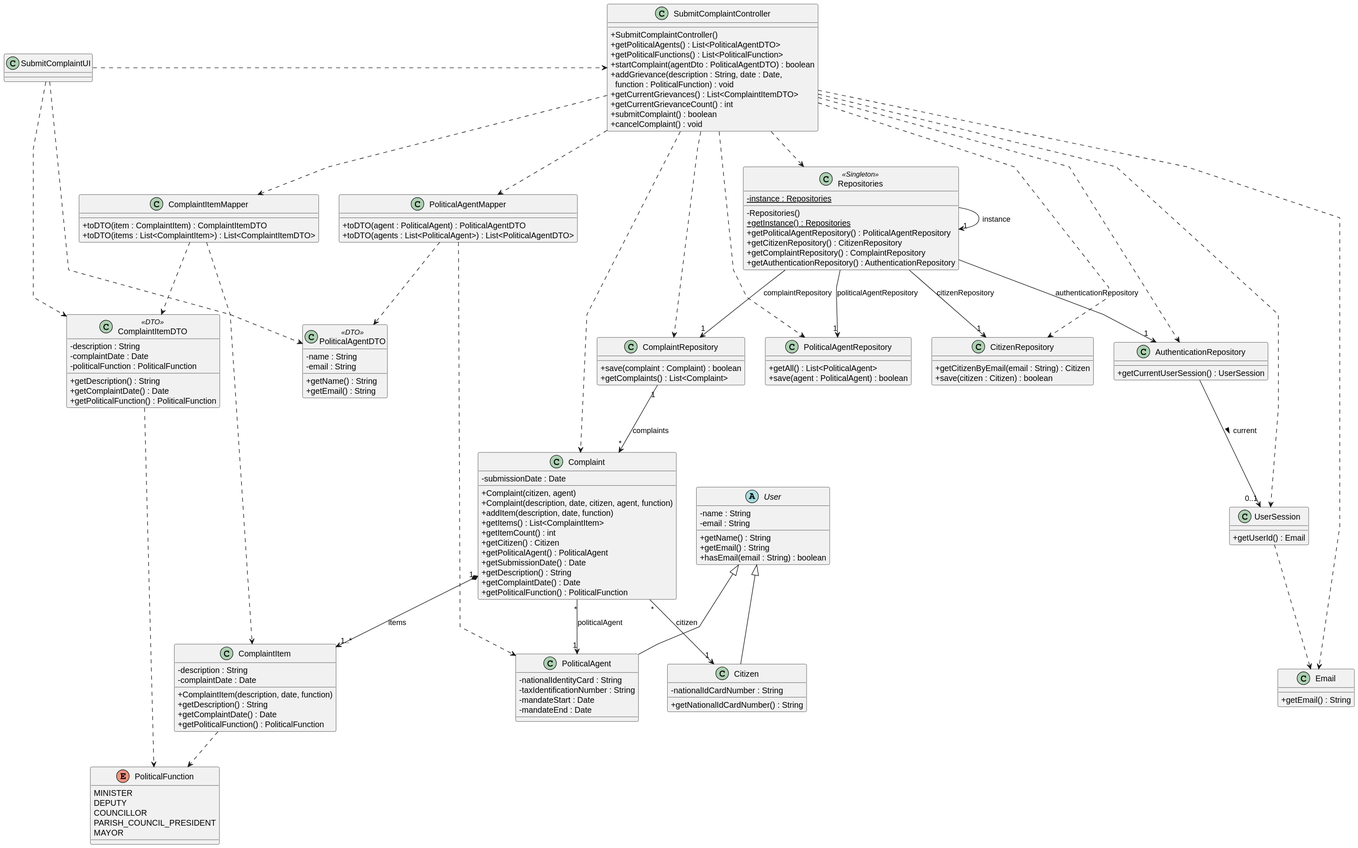
brunodspinto/crystal-clear-platform keeps this PlantUML diagram as docs/system-documentation/US12/03.design/svg/US12-CD.svg. Above is the earlier version. Its source is kept beside it as docs/system-documentation/US12/03.design/puml/US12-CD.puml.
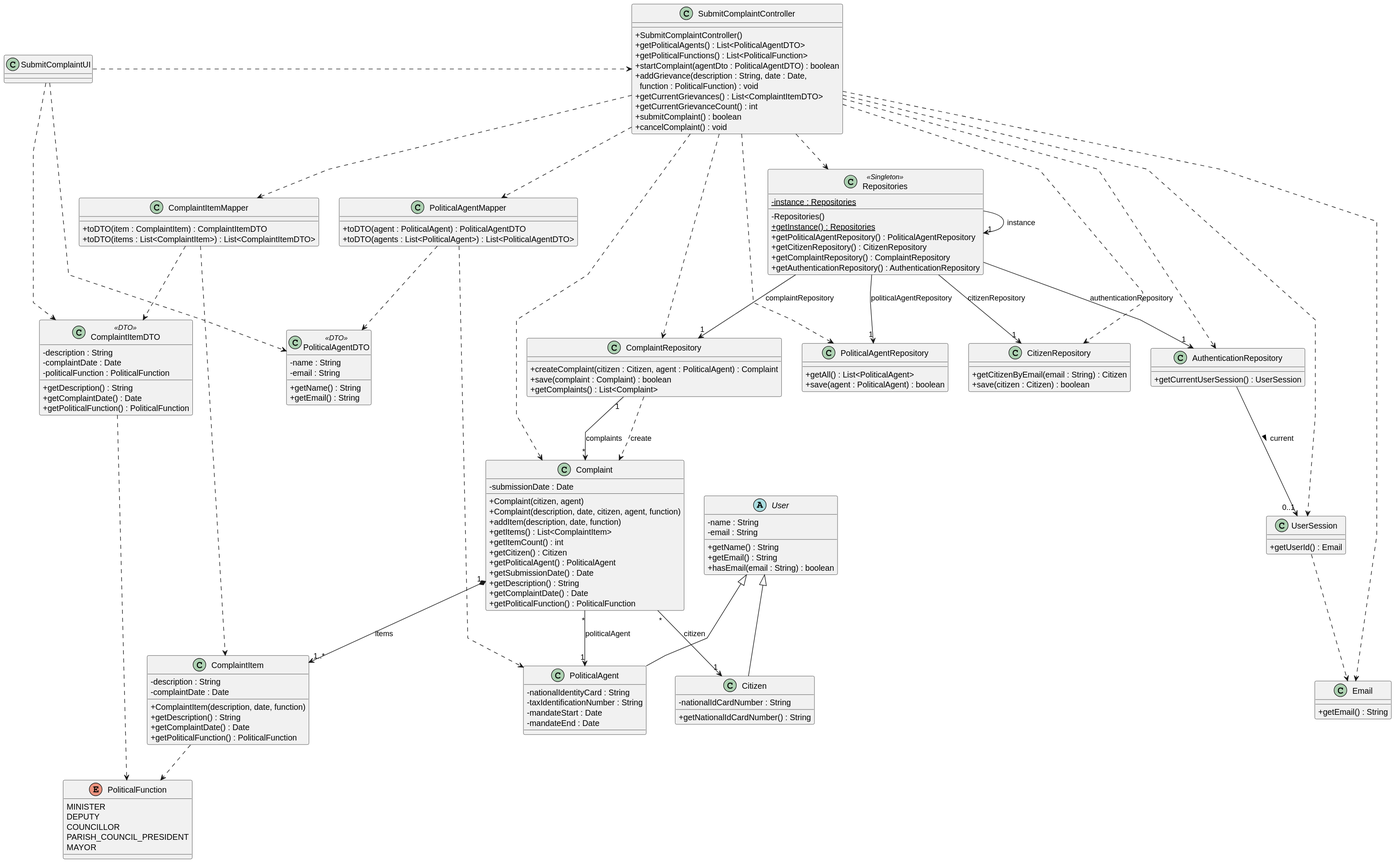
The same file after the commit.

Diff of the diagram source:
```diff
@@ -78,6 +78,7 @@
 }
 
 class ComplaintRepository {
+    + createComplaint(citizen : Citizen, agent : PoliticalAgent) : Complaint
     + save(complaint : Complaint) : boolean
     + getComplaints() : List<Complaint>
 }
@@ -167,6 +168,7 @@
 AuthenticationRepository --> "0..1" UserSession : current >
 UserSession ..> Email
 
+ComplaintRepository ..> Complaint : «create»
 ComplaintRepository "1" --> "*" Complaint : complaints
 
 Complaint "1" *--> "1..*" ComplaintItem : items
```
